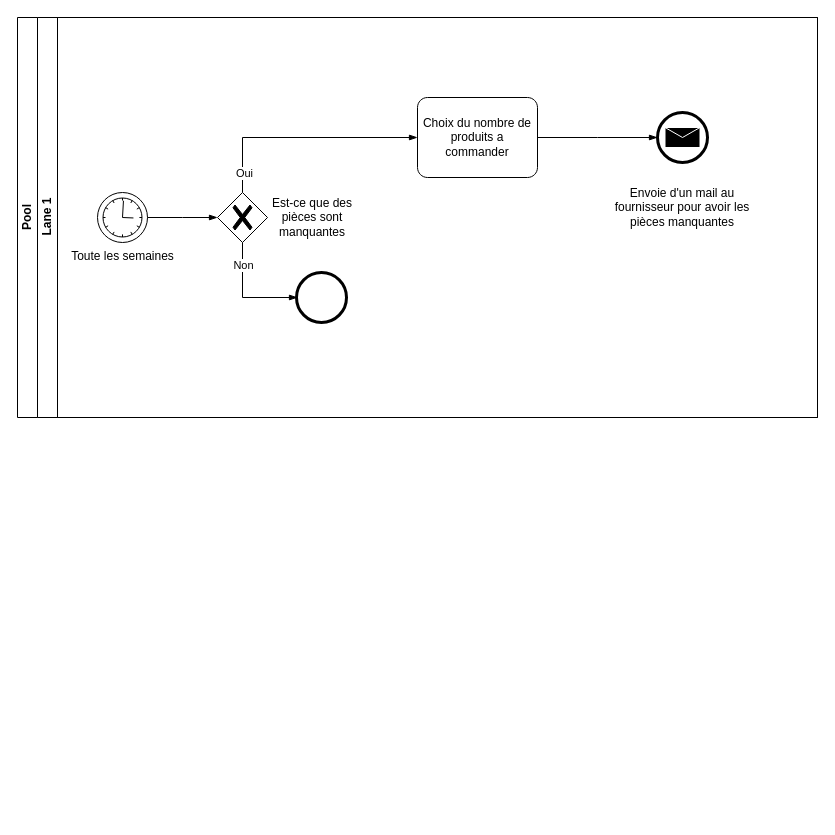
Before: Reassort.drawio in quemet/Draw.io, a draw.io diagram. Source tidied: cells renumbered, new cells numbered last; positions are measured from the earlier drawing's top-left corner, leaving out a move shared by most shapes. Both pictures are drawn from the tidied source at 100%, with x=0, y=0 at pixel (17, 17).
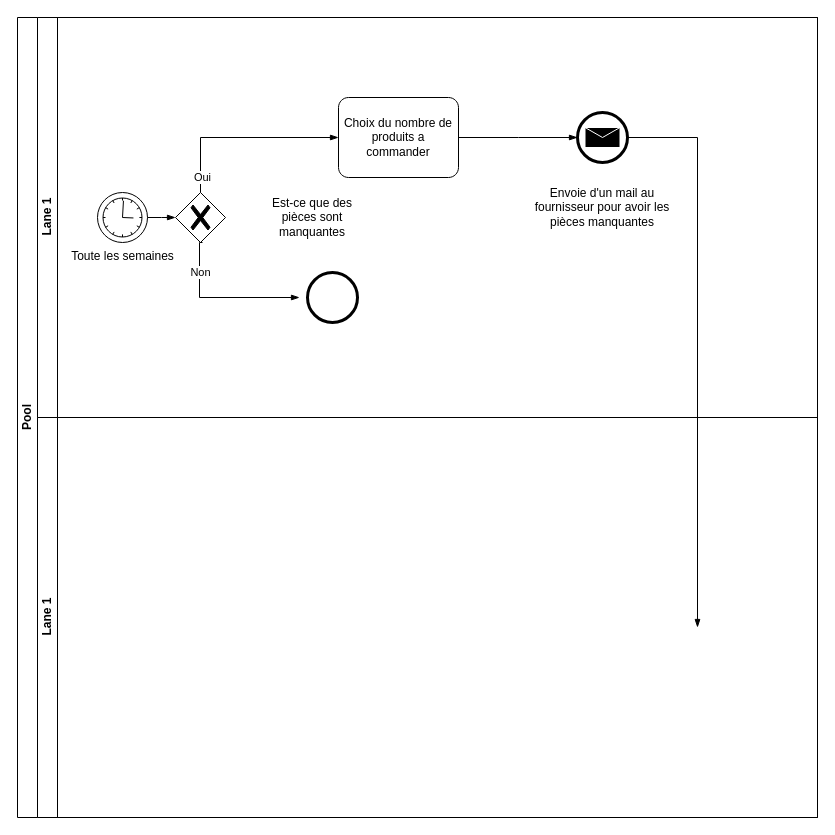
Above is the later version.

Commit message (it also covers changes not shown here):
Mettre à jour Reassort.drawio

The change refers to these unchanged cells:
```xml
<mxCell id="3" value="Lane 1" style="swimlane;html=1;startSize=20;horizontal=0;" parent="2" vertex="1">
  <mxGeometry x="20" width="780" height="400" as="geometry" />
</mxCell>
```

The edit, as a diff of the source:
```diff
@@
     <mxCell id="2" value="Pool" style="swimlane;html=1;horizontal=0;startSize=20;whiteSpace=wrap;" parent="1" vertex="1">
-      <mxGeometry width="800" height="400" as="geometry" />
+      <mxGeometry width="800" height="800" as="geometry" />
     </mxCell>
@@
     <mxCell id="6" style="points=[[0.25,0.25,0],[0.5,0,0],[0.75,0.25,0],[1,0.5,0],[0.75,0.75,0],[0.5,1,0],[0.25,0.75,0],[0,0.5,0]];shape=mxgraph.bpmn.gateway2;html=1;verticalLabelPosition=bottom;labelBackgroundColor=#ffffff;verticalAlign=top;align=center;perimeter=rhombusPerimeter;outlineConnect=0;outline=none;symbol=none;gwType=exclusive;" parent="3" vertex="1">
-      <mxGeometry x="180" y="175" width="50" height="50" as="geometry" />
+      <mxGeometry x="138" y="175" width="50" height="50" as="geometry" />
     </mxCell>
@@
-    <mxCell id="10" style="edgeStyle=elbowEdgeStyle;fontSize=12;html=1;endArrow=blockThin;endFill=1;rounded=0;exitX=0.5;exitY=1;exitDx=0;exitDy=0;exitPerimeter=0;" parent="3" edge="1" source="6">
+    <mxCell id="10" style="edgeStyle=elbowEdgeStyle;fontSize=12;html=1;endArrow=blockThin;endFill=1;rounded=0;exitX=0.5;exitY=1;exitDx=0;exitDy=0;exitPerimeter=0;" parent="3" edge="1">
       <mxGeometry relative="1" as="geometry">
-        <mxPoint x="260" y="280" as="targetPoint" />
+        <mxPoint x="165" y="225" as="sourcePoint" />
+        <mxPoint x="262" y="280" as="targetPoint" />
         <Array as="points">
-          <mxPoint x="205" y="240" />
+          <mxPoint x="162" y="270" />
         </Array>
       </mxGeometry>
     </mxCell>
@@
     <mxCell id="12" style="shape=mxgraph.bpmn.event;html=1;verticalLabelPosition=bottom;labelBackgroundColor=#ffffff;verticalAlign=top;align=center;perimeter=ellipsePerimeter;outline=end;symbol=terminate2;" parent="3" vertex="1">
-      <mxGeometry x="259" y="255" width="50" height="50" as="geometry" />
+      <mxGeometry x="270" y="255" width="50" height="50" as="geometry" />
     </mxCell>
     <mxCell id="13" value="Choix du nombre de produits a commander" style="points=[[0.25,0,0],[0.5,0,0],[0.75,0,0],[1,0.25,0],[1,0.5,0],[1,0.75,0],[0.75,1,0],[0.5,1,0],[0.25,1,0],[0,0.75,0],[0,0.5,0],[0,0.25,0]];shape=mxgraph.bpmn.task;whiteSpace=wrap;rectStyle=rounded;size=10;html=1;taskMarker=abstract;" parent="3" vertex="1">
-      <mxGeometry x="380" y="80" width="120" height="80" as="geometry" />
+      <mxGeometry x="301" y="80" width="120" height="80" as="geometry" />
     </mxCell>
@@
     <mxCell id="15" style="points=[[0.145,0.145,0],[0.5,0,0],[0.855,0.145,0],[1,0.5,0],[0.855,0.855,0],[0.5,1,0],[0.145,0.855,0],[0,0.5,0]];shape=mxgraph.bpmn.event;html=1;verticalLabelPosition=bottom;labelBackgroundColor=#ffffff;verticalAlign=top;align=center;perimeter=ellipsePerimeter;outlineConnect=0;outline=end;symbol=message;" parent="3" vertex="1">
-      <mxGeometry x="620" y="95" width="50" height="50" as="geometry" />
+      <mxGeometry x="540" y="95" width="50" height="50" as="geometry" />
     </mxCell>
     <mxCell id="16" value="Envoie d'un mail au fournisseur pour avoir les pièces manquantes" style="text;html=1;strokeColor=none;fillColor=none;align=center;verticalAlign=middle;whiteSpace=wrap;rounded=0;" parent="3" vertex="1">
-      <mxGeometry x="575" y="155" width="140" height="70" as="geometry" />
+      <mxGeometry x="495" y="155" width="140" height="70" as="geometry" />
     </mxCell>
+    <mxCell id="17" style="edgeStyle=elbowEdgeStyle;fontSize=12;html=1;endArrow=blockThin;endFill=1;rounded=0;exitX=1;exitY=0.5;exitDx=0;exitDy=0;exitPerimeter=0;" parent="3" edge="1" source="15">
+      <mxGeometry relative="1" as="geometry">
+        <mxPoint x="660" y="610" as="targetPoint" />
+        <Array as="points">
+          <mxPoint x="660" y="220" />
+        </Array>
+      </mxGeometry>
+    </mxCell>
+    <mxCell id="18" value="Lane 1" style="swimlane;html=1;startSize=20;horizontal=0;" parent="2" vertex="1">
+      <mxGeometry x="20" y="400" width="780" height="400" as="geometry" />
+    </mxCell>
```
